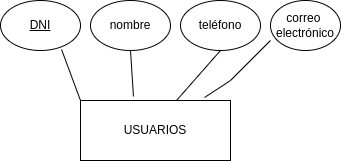
Before: h.drawio.png, a diagram exported from draw.io (Juan4532/prueba). Source tidied: cells renumbered, new cells last; positions are measured from the earlier drawing's top-left corner, leaving out a move shared by most shapes.
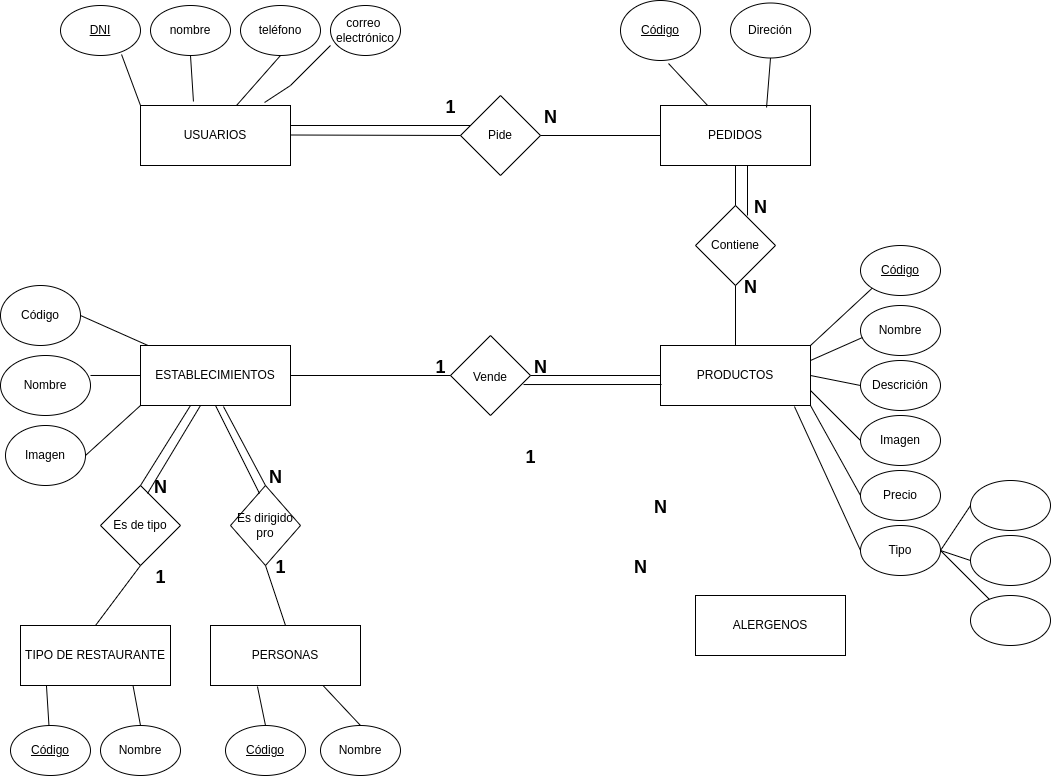
Above is the later version.

What changed in the source:
```diff
@@ -38,5 +38,246 @@
         </Array>
       </mxGeometry>
     </mxCell>
+    <mxCell id="11" value="ESTABLECIMIENTOS" style="rounded=0;whiteSpace=wrap;html=1;" parent="1" vertex="1">
+      <mxGeometry x="80" y="340" width="150" height="60" as="geometry" />
+    </mxCell>
+    <mxCell id="12" value="PEDIDOS" style="rounded=0;whiteSpace=wrap;html=1;" parent="1" vertex="1">
+      <mxGeometry x="600" y="100" width="150" height="60" as="geometry" />
+    </mxCell>
+    <mxCell id="13" value="PRODUCTOS" style="rounded=0;whiteSpace=wrap;html=1;" parent="1" vertex="1">
+      <mxGeometry x="600" y="340" width="150" height="60" as="geometry" />
+    </mxCell>
+    <mxCell id="14" value="ALERGENOS" style="rounded=0;whiteSpace=wrap;html=1;" parent="1" vertex="1">
+      <mxGeometry x="635" y="590" width="150" height="60" as="geometry" />
+    </mxCell>
+    <mxCell id="15" value="TIPO DE RESTAURANTE" style="rounded=0;whiteSpace=wrap;html=1;" parent="1" vertex="1">
+      <mxGeometry x="-40" y="620" width="150" height="60" as="geometry" />
+    </mxCell>
+    <mxCell id="16" value="PERSONAS" style="rounded=0;whiteSpace=wrap;html=1;" parent="1" vertex="1">
+      <mxGeometry x="150" y="620" width="150" height="60" as="geometry" />
+    </mxCell>
+    <mxCell id="17" value="Pide" style="rhombus;whiteSpace=wrap;html=1;" parent="1" vertex="1">
+      <mxGeometry x="400" y="90" width="80" height="80" as="geometry" />
+    </mxCell>
+    <mxCell id="18" style="endArrow=none;html=1;rounded=0;entryX=0.125;entryY=0.375;entryDx=0;entryDy=0;entryPerimeter=0;" parent="1" edge="1" target="17">
+      <mxGeometry relative="1" as="geometry">
+        <mxPoint x="230" y="120" as="sourcePoint" />
+        <Array as="points">
+          <mxPoint x="230" y="120" />
+        </Array>
+      </mxGeometry>
+    </mxCell>
+    <mxCell id="19" style="endArrow=none;html=1;rounded=0;entryX=0;entryY=0.5;entryDx=0;entryDy=0;" parent="1" edge="1" target="17">
+      <mxGeometry relative="1" as="geometry">
+        <mxPoint x="230" y="129.5" as="sourcePoint" />
+        <Array as="points">
+          <mxPoint x="230" y="129.5" />
+        </Array>
+      </mxGeometry>
+    </mxCell>
+    <mxCell id="20" style="endArrow=none;html=1;rounded=0;entryX=0;entryY=0.5;entryDx=0;entryDy=0;exitX=1;exitY=0.5;exitDx=0;exitDy=0;" parent="1" edge="1" source="17" target="12">
+      <mxGeometry relative="1" as="geometry" />
+    </mxCell>
+    <mxCell id="21" value="&lt;u&gt;Código&lt;/u&gt;" style="ellipse;whiteSpace=wrap;html=1;" parent="1" vertex="1">
+      <mxGeometry x="560" y="-5" width="80" height="60" as="geometry" />
+    </mxCell>
+    <mxCell id="22" style="endArrow=none;html=1;rounded=0;entryX=0.6;entryY=1.05;entryDx=0;entryDy=0;entryPerimeter=0;" parent="1" edge="1" source="12" target="21">
+      <mxGeometry relative="1" as="geometry" />
+    </mxCell>
+    <mxCell id="23" value="Direción" style="ellipse;whiteSpace=wrap;html=1;" parent="1" vertex="1">
+      <mxGeometry x="670" y="-2.5" width="80" height="55" as="geometry" />
+    </mxCell>
+    <mxCell id="24" style="endArrow=none;html=1;rounded=0;entryX=0.5;entryY=1;entryDx=0;entryDy=0;exitX=0.707;exitY=0.033;exitDx=0;exitDy=0;exitPerimeter=0;" parent="1" edge="1" source="12" target="23">
+      <mxGeometry relative="1" as="geometry" />
+    </mxCell>
+    <mxCell id="25" value="Contiene" style="rhombus;whiteSpace=wrap;html=1;" parent="1" vertex="1">
+      <mxGeometry x="635" y="200" width="80" height="80" as="geometry" />
+    </mxCell>
+    <mxCell id="26" style="endArrow=none;html=1;rounded=0;entryX=0.5;entryY=1;entryDx=0;entryDy=0;exitX=0.5;exitY=0;exitDx=0;exitDy=0;" parent="1" edge="1" source="25" target="12">
+      <mxGeometry relative="1" as="geometry" />
+    </mxCell>
+    <mxCell id="27" style="endArrow=none;html=1;rounded=0;entryX=0.5;entryY=1;entryDx=0;entryDy=0;exitX=0.5;exitY=0;exitDx=0;exitDy=0;" parent="1" edge="1" source="13" target="25">
+      <mxGeometry relative="1" as="geometry" />
+    </mxCell>
+    <mxCell id="28" style="endArrow=none;html=1;rounded=0;exitX=0.65;exitY=0.125;exitDx=0;exitDy=0;exitPerimeter=0;" parent="1" edge="1" source="25">
+      <mxGeometry relative="1" as="geometry">
+        <mxPoint x="687" y="160" as="targetPoint" />
+      </mxGeometry>
+    </mxCell>
+    <mxCell id="29" value="&lt;font style=&quot;font-size: 18px&quot;&gt;N&lt;/font&gt;" style="text;strokeColor=none;fillColor=none;html=1;fontSize=24;fontStyle=1;verticalAlign=middle;align=center;" parent="1" vertex="1">
+      <mxGeometry x="440" y="90" width="100" height="40" as="geometry" />
+    </mxCell>
+    <mxCell id="30" value="&lt;font style=&quot;font-size: 18px&quot;&gt;N&lt;/font&gt;" style="text;strokeColor=none;fillColor=none;html=1;fontSize=24;fontStyle=1;verticalAlign=middle;align=center;" parent="1" vertex="1">
+      <mxGeometry x="430" y="340" width="100" height="40" as="geometry" />
+    </mxCell>
+    <mxCell id="31" value="&lt;font style=&quot;font-size: 18px&quot;&gt;N&lt;/font&gt;" style="text;strokeColor=none;fillColor=none;html=1;fontSize=24;fontStyle=1;verticalAlign=middle;align=center;" parent="1" vertex="1">
+      <mxGeometry x="650" y="180" width="100" height="40" as="geometry" />
+    </mxCell>
+    <mxCell id="32" value="&lt;font style=&quot;font-size: 18px&quot;&gt;N&lt;/font&gt;" style="text;strokeColor=none;fillColor=none;html=1;fontSize=24;fontStyle=1;verticalAlign=middle;align=center;" parent="1" vertex="1">
+      <mxGeometry x="640" y="260" width="100" height="40" as="geometry" />
+    </mxCell>
+    <mxCell id="33" value="&lt;font style=&quot;font-size: 18px&quot;&gt;N&lt;/font&gt;" style="text;strokeColor=none;fillColor=none;html=1;fontSize=24;fontStyle=1;verticalAlign=middle;align=center;" parent="1" vertex="1">
+      <mxGeometry x="530" y="540" width="100" height="40" as="geometry" />
+    </mxCell>
+    <mxCell id="34" value="&lt;font style=&quot;font-size: 18px&quot;&gt;N&lt;/font&gt;" style="text;strokeColor=none;fillColor=none;html=1;fontSize=24;fontStyle=1;verticalAlign=middle;align=center;" parent="1" vertex="1">
+      <mxGeometry x="165" y="450" width="100" height="40" as="geometry" />
+    </mxCell>
+    <mxCell id="35" value="&lt;font style=&quot;font-size: 18px&quot;&gt;N&lt;/font&gt;" style="text;strokeColor=none;fillColor=none;html=1;fontSize=24;fontStyle=1;verticalAlign=middle;align=center;" parent="1" vertex="1">
+      <mxGeometry x="50" y="460" width="100" height="40" as="geometry" />
+    </mxCell>
+    <mxCell id="36" value="&lt;font style=&quot;font-size: 18px&quot;&gt;N&lt;/font&gt;" style="text;strokeColor=none;fillColor=none;html=1;fontSize=24;fontStyle=1;verticalAlign=middle;align=center;" parent="1" vertex="1">
+      <mxGeometry x="550" y="480" width="100" height="40" as="geometry" />
+    </mxCell>
+    <mxCell id="37" value="&lt;span style=&quot;font-size: 18px&quot;&gt;1&lt;/span&gt;" style="text;strokeColor=none;fillColor=none;html=1;fontSize=24;fontStyle=1;verticalAlign=middle;align=center;" parent="1" vertex="1">
+      <mxGeometry x="170" y="540" width="100" height="40" as="geometry" />
+    </mxCell>
+    <mxCell id="38" value="&lt;span style=&quot;font-size: 18px&quot;&gt;1&lt;/span&gt;" style="text;strokeColor=none;fillColor=none;html=1;fontSize=24;fontStyle=1;verticalAlign=middle;align=center;" parent="1" vertex="1">
+      <mxGeometry x="420" y="430" width="100" height="40" as="geometry" />
+    </mxCell>
+    <mxCell id="39" value="&lt;span style=&quot;font-size: 18px&quot;&gt;1&lt;/span&gt;" style="text;strokeColor=none;fillColor=none;html=1;fontSize=24;fontStyle=1;verticalAlign=middle;align=center;" parent="1" vertex="1">
+      <mxGeometry x="330" y="340" width="100" height="40" as="geometry" />
+    </mxCell>
+    <mxCell id="40" value="&lt;span style=&quot;font-size: 18px&quot;&gt;1&lt;/span&gt;" style="text;strokeColor=none;fillColor=none;html=1;fontSize=24;fontStyle=1;verticalAlign=middle;align=center;" parent="1" vertex="1">
+      <mxGeometry x="340" y="80" width="100" height="40" as="geometry" />
+    </mxCell>
+    <mxCell id="41" value="&lt;span style=&quot;font-size: 18px&quot;&gt;1&lt;/span&gt;" style="text;strokeColor=none;fillColor=none;html=1;fontSize=24;fontStyle=1;verticalAlign=middle;align=center;" parent="1" vertex="1">
+      <mxGeometry x="50" y="550" width="100" height="40" as="geometry" />
+    </mxCell>
+    <mxCell id="42" value="&lt;p&gt;&lt;font style=&quot;font-size: 12px&quot;&gt;Vende&lt;/font&gt;&lt;/p&gt;" style="rhombus;whiteSpace=wrap;html=1;fontSize=18;" parent="1" vertex="1">
+      <mxGeometry x="390" y="330" width="80" height="80" as="geometry" />
+    </mxCell>
+    <mxCell id="43" style="endArrow=none;html=1;rounded=0;fontSize=12;entryX=0;entryY=0.5;entryDx=0;entryDy=0;exitX=1;exitY=0.5;exitDx=0;exitDy=0;" parent="1" edge="1" source="42" target="13">
+      <mxGeometry relative="1" as="geometry" />
+    </mxCell>
+    <mxCell id="44" style="endArrow=none;html=1;rounded=0;fontSize=12;exitX=0.913;exitY=0.613;exitDx=0;exitDy=0;exitPerimeter=0;entryX=0.007;entryY=0.65;entryDx=0;entryDy=0;entryPerimeter=0;" parent="1" edge="1" source="42" target="13">
+      <mxGeometry relative="1" as="geometry" />
+    </mxCell>
+    <mxCell id="45" style="endArrow=none;html=1;rounded=0;fontSize=12;exitX=1;exitY=0.5;exitDx=0;exitDy=0;entryX=0;entryY=0.5;entryDx=0;entryDy=0;" parent="1" edge="1" source="11" target="42">
+      <mxGeometry relative="1" as="geometry" />
+    </mxCell>
+    <mxCell id="46" value="Código" style="ellipse;whiteSpace=wrap;html=1;fontSize=12;" parent="1" vertex="1">
+      <mxGeometry x="-60" y="280" width="80" height="60" as="geometry" />
+    </mxCell>
+    <mxCell id="47" value="Nombre" style="ellipse;whiteSpace=wrap;html=1;fontSize=12;" parent="1" vertex="1">
+      <mxGeometry x="-60" y="350" width="90" height="60" as="geometry" />
+    </mxCell>
+    <mxCell id="48" value="Imagen" style="ellipse;whiteSpace=wrap;html=1;fontSize=12;" parent="1" vertex="1">
+      <mxGeometry x="-55" y="420" width="80" height="60" as="geometry" />
+    </mxCell>
+    <mxCell id="49" style="endArrow=none;html=1;rounded=0;fontSize=12;exitX=1;exitY=0.5;exitDx=0;exitDy=0;" parent="1" edge="1" source="46" target="11">
+      <mxGeometry relative="1" as="geometry" />
+    </mxCell>
+    <mxCell id="50" style="endArrow=none;html=1;rounded=0;fontSize=12;exitX=1;exitY=0.333;exitDx=0;exitDy=0;exitPerimeter=0;entryX=0;entryY=0.5;entryDx=0;entryDy=0;" parent="1" edge="1" source="47" target="11">
+      <mxGeometry relative="1" as="geometry" />
+    </mxCell>
+    <mxCell id="51" style="endArrow=none;html=1;rounded=0;fontSize=12;exitX=1;exitY=0.5;exitDx=0;exitDy=0;entryX=0;entryY=1;entryDx=0;entryDy=0;" parent="1" edge="1" source="48" target="11">
+      <mxGeometry relative="1" as="geometry" />
+    </mxCell>
+    <mxCell id="52" value="Es de tipo" style="rhombus;whiteSpace=wrap;html=1;fontSize=12;" parent="1" vertex="1">
+      <mxGeometry x="40" y="480" width="80" height="80" as="geometry" />
+    </mxCell>
+    <mxCell id="53" value="&lt;u&gt;Código&lt;/u&gt;" style="ellipse;whiteSpace=wrap;html=1;fontSize=12;" parent="1" vertex="1">
+      <mxGeometry x="-50" y="720" width="80" height="50" as="geometry" />
+    </mxCell>
+    <mxCell id="54" value="Nombre" style="ellipse;whiteSpace=wrap;html=1;fontSize=12;" parent="1" vertex="1">
+      <mxGeometry x="40" y="720" width="80" height="50" as="geometry" />
+    </mxCell>
+    <mxCell id="55" style="endArrow=none;html=1;rounded=0;fontSize=12;entryX=0.173;entryY=1;entryDx=0;entryDy=0;entryPerimeter=0;" parent="1" edge="1" source="53" target="15">
+      <mxGeometry relative="1" as="geometry" />
+    </mxCell>
+    <mxCell id="56" style="endArrow=none;html=1;rounded=0;fontSize=12;entryX=0.75;entryY=1;entryDx=0;entryDy=0;exitX=0.5;exitY=0;exitDx=0;exitDy=0;" parent="1" edge="1" source="54" target="15">
+      <mxGeometry relative="1" as="geometry" />
+    </mxCell>
+    <mxCell id="57" style="endArrow=none;html=1;rounded=0;fontSize=12;exitX=0.5;exitY=0;exitDx=0;exitDy=0;" parent="1" edge="1" source="52">
+      <mxGeometry relative="1" as="geometry">
+        <mxPoint x="130" y="400" as="targetPoint" />
+      </mxGeometry>
+    </mxCell>
+    <mxCell id="58" style="endArrow=none;html=1;rounded=0;fontSize=12;exitX=0.588;exitY=0.1;exitDx=0;exitDy=0;exitPerimeter=0;" parent="1" edge="1" source="52">
+      <mxGeometry relative="1" as="geometry">
+        <mxPoint x="140" y="400" as="targetPoint" />
+      </mxGeometry>
+    </mxCell>
+    <mxCell id="59" style="endArrow=none;html=1;rounded=0;fontSize=12;exitX=0.5;exitY=0;exitDx=0;exitDy=0;entryX=0.5;entryY=1;entryDx=0;entryDy=0;" parent="1" edge="1" source="15" target="52">
+      <mxGeometry relative="1" as="geometry" />
+    </mxCell>
+    <mxCell id="60" value="Es dirigido pro" style="rhombus;whiteSpace=wrap;html=1;fontSize=12;" parent="1" vertex="1">
+      <mxGeometry x="170" y="480" width="70" height="80" as="geometry" />
+    </mxCell>
+    <mxCell id="61" style="endArrow=none;html=1;rounded=0;fontSize=12;entryX=0.5;entryY=1;entryDx=0;entryDy=0;exitX=0.414;exitY=0.1;exitDx=0;exitDy=0;exitPerimeter=0;" parent="1" edge="1" source="60" target="11">
+      <mxGeometry relative="1" as="geometry" />
+    </mxCell>
+    <mxCell id="62" style="endArrow=none;html=1;rounded=0;fontSize=12;entryX=0.553;entryY=1.017;entryDx=0;entryDy=0;entryPerimeter=0;exitX=0.5;exitY=0;exitDx=0;exitDy=0;" parent="1" edge="1" source="60" target="11">
+      <mxGeometry relative="1" as="geometry" />
+    </mxCell>
+    <mxCell id="63" style="endArrow=none;html=1;rounded=0;fontSize=12;entryX=0.5;entryY=1;entryDx=0;entryDy=0;exitX=0.5;exitY=0;exitDx=0;exitDy=0;" parent="1" edge="1" source="16" target="60">
+      <mxGeometry relative="1" as="geometry" />
+    </mxCell>
+    <mxCell id="64" value="&lt;u&gt;Código&lt;/u&gt;" style="ellipse;whiteSpace=wrap;html=1;fontSize=12;" parent="1" vertex="1">
+      <mxGeometry x="165" y="720" width="80" height="50" as="geometry" />
+    </mxCell>
+    <mxCell id="65" style="endArrow=none;html=1;rounded=0;fontSize=12;entryX=0.313;entryY=1.017;entryDx=0;entryDy=0;entryPerimeter=0;exitX=0.5;exitY=0;exitDx=0;exitDy=0;" parent="1" edge="1" source="64" target="16">
+      <mxGeometry relative="1" as="geometry" />
+    </mxCell>
+    <mxCell id="66" value="Nombre" style="ellipse;whiteSpace=wrap;html=1;fontSize=12;" parent="1" vertex="1">
+      <mxGeometry x="260" y="720" width="80" height="50" as="geometry" />
+    </mxCell>
+    <mxCell id="67" style="endArrow=none;html=1;rounded=0;fontSize=12;entryX=0.75;entryY=1;entryDx=0;entryDy=0;exitX=0.5;exitY=0;exitDx=0;exitDy=0;" parent="1" edge="1" source="66" target="16">
+      <mxGeometry relative="1" as="geometry" />
+    </mxCell>
+    <mxCell id="68" value="Descrición" style="ellipse;whiteSpace=wrap;html=1;fontSize=12;" parent="1" vertex="1">
+      <mxGeometry x="800" y="355" width="80" height="50" as="geometry" />
+    </mxCell>
+    <mxCell id="69" value="Imagen" style="ellipse;whiteSpace=wrap;html=1;fontSize=12;" parent="1" vertex="1">
+      <mxGeometry x="800" y="410" width="80" height="50" as="geometry" />
+    </mxCell>
+    <mxCell id="70" value="Tipo" style="ellipse;whiteSpace=wrap;html=1;fontSize=12;" parent="1" vertex="1">
+      <mxGeometry x="800" y="520" width="80" height="50" as="geometry" />
+    </mxCell>
+    <mxCell id="71" value="Precio" style="ellipse;whiteSpace=wrap;html=1;fontSize=12;" parent="1" vertex="1">
+      <mxGeometry x="800" y="465" width="80" height="50" as="geometry" />
+    </mxCell>
+    <mxCell id="72" style="ellipse;whiteSpace=wrap;html=1;fontSize=12;" parent="1" vertex="1">
+      <mxGeometry x="910" y="590" width="80" height="50" as="geometry" />
+    </mxCell>
+    <mxCell id="73" value="Nombre" style="ellipse;whiteSpace=wrap;html=1;fontSize=12;" parent="1" vertex="1">
+      <mxGeometry x="800" y="300" width="80" height="50" as="geometry" />
+    </mxCell>
+    <mxCell id="74" value="&lt;u&gt;Código&lt;/u&gt;" style="ellipse;whiteSpace=wrap;html=1;fontSize=12;" parent="1" vertex="1">
+      <mxGeometry x="800" y="240" width="80" height="50" as="geometry" />
+    </mxCell>
+    <mxCell id="75" style="endArrow=none;html=1;rounded=0;fontSize=12;exitX=1;exitY=0;exitDx=0;exitDy=0;entryX=0;entryY=1;entryDx=0;entryDy=0;" parent="1" edge="1" source="13" target="74">
+      <mxGeometry relative="1" as="geometry" />
+    </mxCell>
+    <mxCell id="76" style="endArrow=none;html=1;rounded=0;fontSize=12;entryX=0.025;entryY=0.64;entryDx=0;entryDy=0;entryPerimeter=0;exitX=1;exitY=0.25;exitDx=0;exitDy=0;" parent="1" edge="1" source="13" target="73">
+      <mxGeometry relative="1" as="geometry" />
+    </mxCell>
+    <mxCell id="77" style="endArrow=none;html=1;rounded=0;fontSize=12;exitX=1;exitY=0.5;exitDx=0;exitDy=0;entryX=0;entryY=0.5;entryDx=0;entryDy=0;" parent="1" edge="1" source="13" target="68">
+      <mxGeometry relative="1" as="geometry" />
+    </mxCell>
+    <mxCell id="78" style="endArrow=none;html=1;rounded=0;fontSize=12;entryX=0;entryY=0.5;entryDx=0;entryDy=0;exitX=1;exitY=0.75;exitDx=0;exitDy=0;" parent="1" edge="1" source="13" target="69">
+      <mxGeometry relative="1" as="geometry" />
+    </mxCell>
+    <mxCell id="79" style="endArrow=none;html=1;rounded=0;fontSize=12;entryX=0;entryY=0.5;entryDx=0;entryDy=0;exitX=1;exitY=1;exitDx=0;exitDy=0;" parent="1" edge="1" source="13" target="71">
+      <mxGeometry relative="1" as="geometry" />
+    </mxCell>
+    <mxCell id="80" style="ellipse;whiteSpace=wrap;html=1;fontSize=12;" parent="1" vertex="1">
+      <mxGeometry x="910" y="475" width="80" height="50" as="geometry" />
+    </mxCell>
+    <mxCell id="81" style="ellipse;whiteSpace=wrap;html=1;fontSize=12;" parent="1" vertex="1">
+      <mxGeometry x="910" y="530" width="80" height="50" as="geometry" />
+    </mxCell>
+    <mxCell id="82" style="endArrow=none;html=1;rounded=0;fontSize=12;exitX=0;exitY=0.5;exitDx=0;exitDy=0;entryX=0.893;entryY=1.017;entryDx=0;entryDy=0;entryPerimeter=0;" parent="1" edge="1" source="70" target="13">
+      <mxGeometry relative="1" as="geometry" />
+    </mxCell>
+    <mxCell id="83" style="endArrow=none;html=1;rounded=0;fontSize=12;entryX=0;entryY=0.5;entryDx=0;entryDy=0;exitX=1;exitY=0.5;exitDx=0;exitDy=0;" parent="1" edge="1" source="70" target="80">
+      <mxGeometry relative="1" as="geometry" />
+    </mxCell>
+    <mxCell id="84" style="endArrow=none;html=1;rounded=0;fontSize=12;exitX=0;exitY=0.5;exitDx=0;exitDy=0;entryX=1;entryY=0.5;entryDx=0;entryDy=0;" parent="1" edge="1" source="81" target="70">
+      <mxGeometry relative="1" as="geometry" />
+    </mxCell>
+    <mxCell id="85" style="endArrow=none;html=1;rounded=0;fontSize=12;exitX=1;exitY=0.5;exitDx=0;exitDy=0;" parent="1" edge="1" source="70" target="72">
+      <mxGeometry relative="1" as="geometry" />
+    </mxCell>
   </root>
 </mxGraphModel>
```
